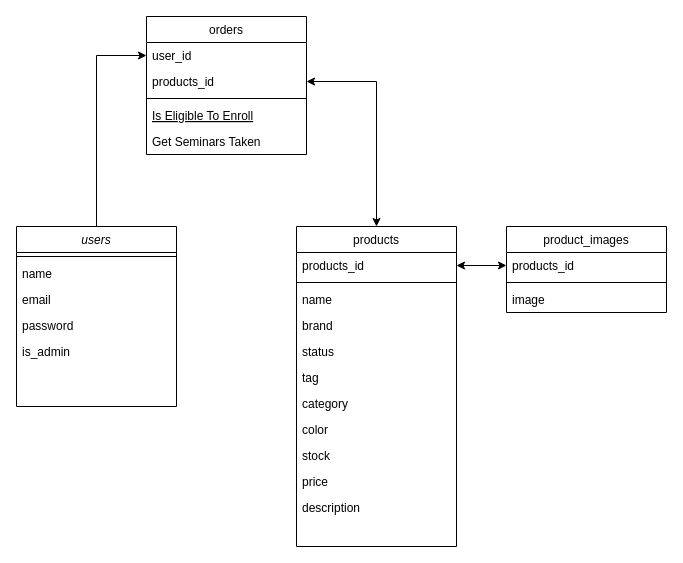
Before: Untitled Diagram.drawio in code-a11ly/Draw.io, a draw.io diagram. Source tidied: cells renumbered, new cells numbered last; positions are measured from the earlier drawing's top-left corner, leaving out a move shared by most shapes. Both pictures are drawn from the tidied source at 100%, with x=0, y=0 at pixel (16, 16).
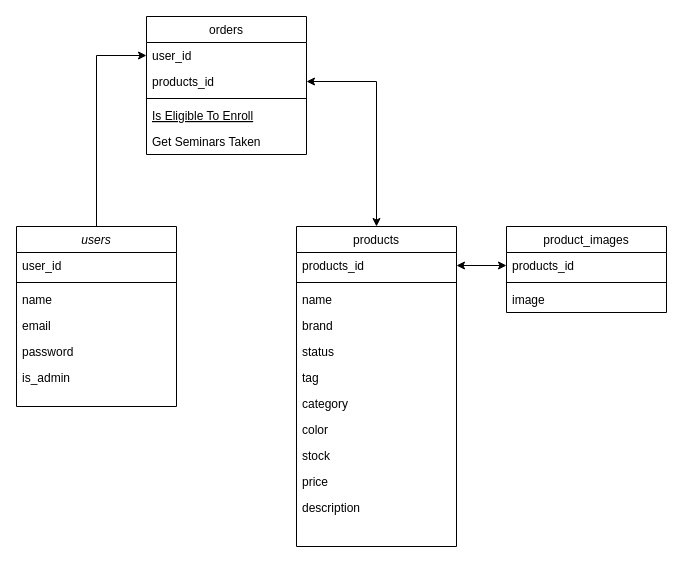
Above is the later version.

Unchanged cells that the change refers to:
```xml
<mxCell id="3" value="users" style="swimlane;fontStyle=2;align=center;verticalAlign=top;horizontal=1;startSize=26;rounded=0;shadow=0;strokeWidth=1;" parent="1" vertex="1">
  <mxGeometry y="210" width="160" height="180" as="geometry" />
</mxCell>
```

Change to the diagram source:
```diff
@@
+    <mxCell id="33" value="user_id" style="text;align=left;verticalAlign=top;spacingLeft=4;spacingRight=4;overflow=hidden;" parent="3" vertex="1">
+      <mxGeometry y="26" width="160" height="26" as="geometry" />
+    </mxCell>
     <mxCell id="4" style="line;html=1;strokeWidth=1;align=left;verticalAlign=middle;spacingTop=-1;spacingLeft=3;spacingRight=3;labelPosition=right;" parent="3" vertex="1">
-      <mxGeometry y="26" width="160" height="8" as="geometry" />
+      <mxGeometry y="52" width="160" height="8" as="geometry" />
     </mxCell>
     <mxCell id="5" value="name" style="text;align=left;verticalAlign=top;spacingLeft=4;spacingRight=4;overflow=hidden;" parent="3" vertex="1">
-      <mxGeometry y="34" width="160" height="26" as="geometry" />
+      <mxGeometry y="60" width="160" height="26" as="geometry" />
     </mxCell>
     <mxCell id="6" value="email" style="text;align=left;verticalAlign=top;spacingLeft=4;spacingRight=4;overflow=hidden;rounded=0;shadow=0;html=0;" parent="3" vertex="1">
-      <mxGeometry y="60" width="160" height="26" as="geometry" />
+      <mxGeometry y="86" width="160" height="26" as="geometry" />
     </mxCell>
     <mxCell id="7" value="password" style="text;align=left;verticalAlign=top;spacingLeft=4;spacingRight=4;overflow=hidden;rounded=0;shadow=0;html=0;" parent="3" vertex="1">
-      <mxGeometry y="86" width="160" height="26" as="geometry" />
+      <mxGeometry y="112" width="160" height="26" as="geometry" />
     </mxCell>
     <mxCell id="8" value="is_admin" style="text;align=left;verticalAlign=top;spacingLeft=4;spacingRight=4;overflow=hidden;" parent="3" vertex="1">
-      <mxGeometry y="112" width="160" height="26" as="geometry" />
+      <mxGeometry y="138" width="160" height="26" as="geometry" />
     </mxCell>
```
